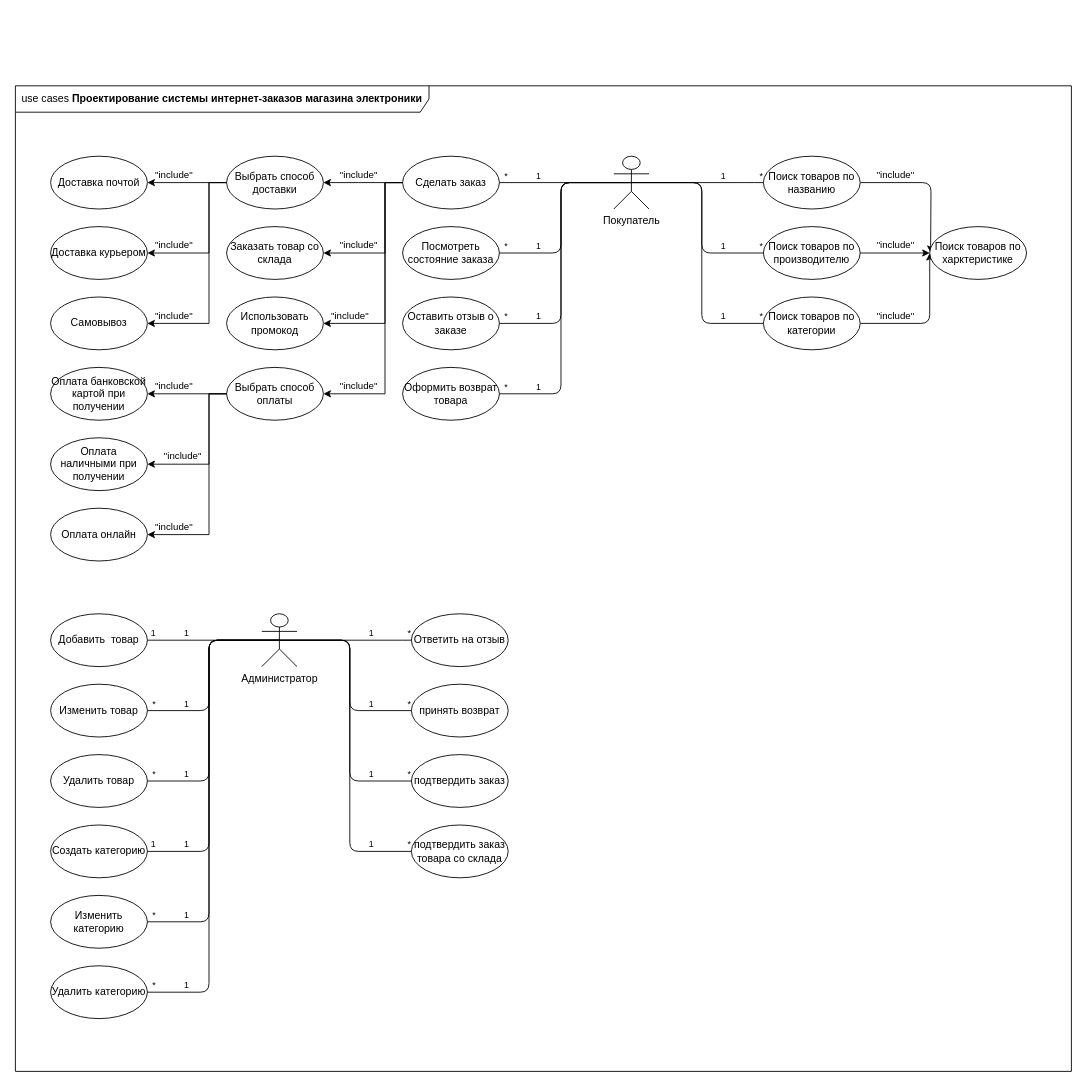
Above: use_case.drawio in randomunrandom/MSS (draw.io), before the change. Source tidied: cells renumbered, new cells numbered last; positions are measured from the earlier drawing's top-left corner, leaving out a move shared by most shapes. Both pictures are drawn from the tidied source at 88%, with x=0, y=0 at pixel (15, 85).
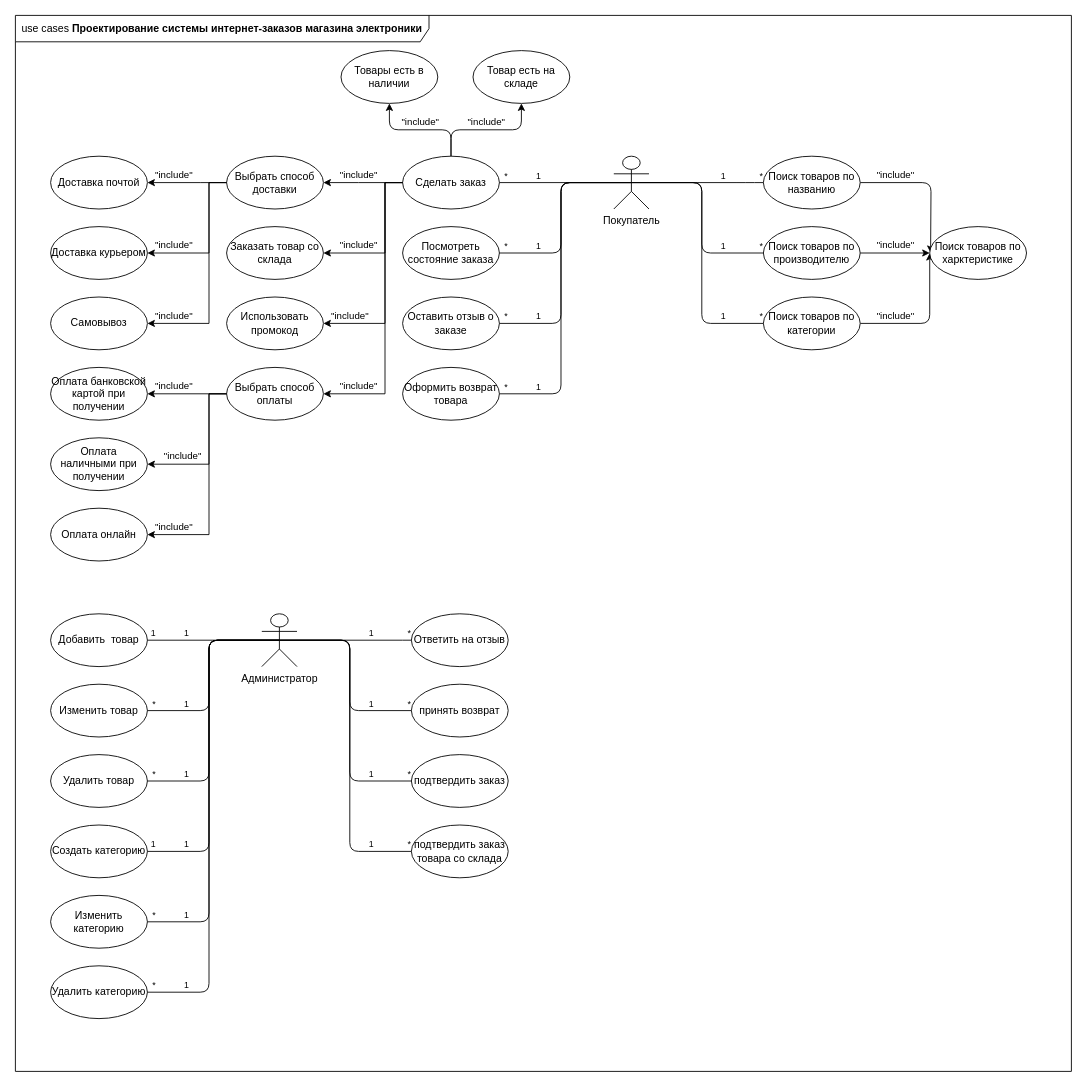
The same diagram, later.

The change refers to these unchanged cells:
```xml
<mxCell id="5" value="Сделать заказ" style="ellipse;whiteSpace=wrap;html=1;fontFamily=Helvetica;fontSize=12;fontColor=#000000;align=center;strokeColor=#000000;fillColor=#ffffff;" parent="1" vertex="1">
  <mxGeometry x="440" y="80" width="110" height="60" as="geometry" />
</mxCell>
```

Change to the diagram source:
```diff
@@
     <mxCell id="2" value="use cases &lt;b&gt;Проектирование системы интернет-заказов магазина электроники&lt;/b&gt;" style="shape=umlFrame;whiteSpace=wrap;html=1;width=470;height=30;" parent="1" vertex="1">
-      <mxGeometry width="1200" height="1120" as="geometry" />
+      <mxGeometry y="-80" width="1200" height="1200" as="geometry" />
     </mxCell>
@@
+    <mxCell id="97" value="&quot;include&quot;" style="edgeStyle=orthogonalEdgeStyle;rounded=1;jettySize=auto;html=1;align=center;verticalAlign=bottom;" parent="1" edge="1" source="5" target="100">
+      <mxGeometry relative="1" as="geometry" />
+    </mxCell>
+    <mxCell id="98" value="&quot;include&quot;" style="edgeStyle=orthogonalEdgeStyle;rounded=1;jettySize=auto;html=1;exitX=0.5;exitY=0;exitDx=0;exitDy=0;entryX=0.5;entryY=1;entryDx=0;entryDy=0;align=center;verticalAlign=bottom;" parent="1" edge="1" source="5" target="99">
+      <mxGeometry relative="1" as="geometry" />
+    </mxCell>
@@
+    <mxCell id="99" value="Товар есть на складе" style="ellipse;whiteSpace=wrap;html=1;fontFamily=Helvetica;fontSize=12;fontColor=#000000;align=center;strokeColor=#000000;fillColor=#ffffff;" parent="1" vertex="1">
+      <mxGeometry x="520" y="-40" width="110" height="60" as="geometry" />
+    </mxCell>
+    <mxCell id="100" value="Товары есть в наличии" style="ellipse;whiteSpace=wrap;html=1;fontFamily=Helvetica;fontSize=12;fontColor=#000000;align=center;strokeColor=#000000;fillColor=#ffffff;" parent="1" vertex="1">
+      <mxGeometry x="370" y="-40" width="110" height="60" as="geometry" />
+    </mxCell>
```
